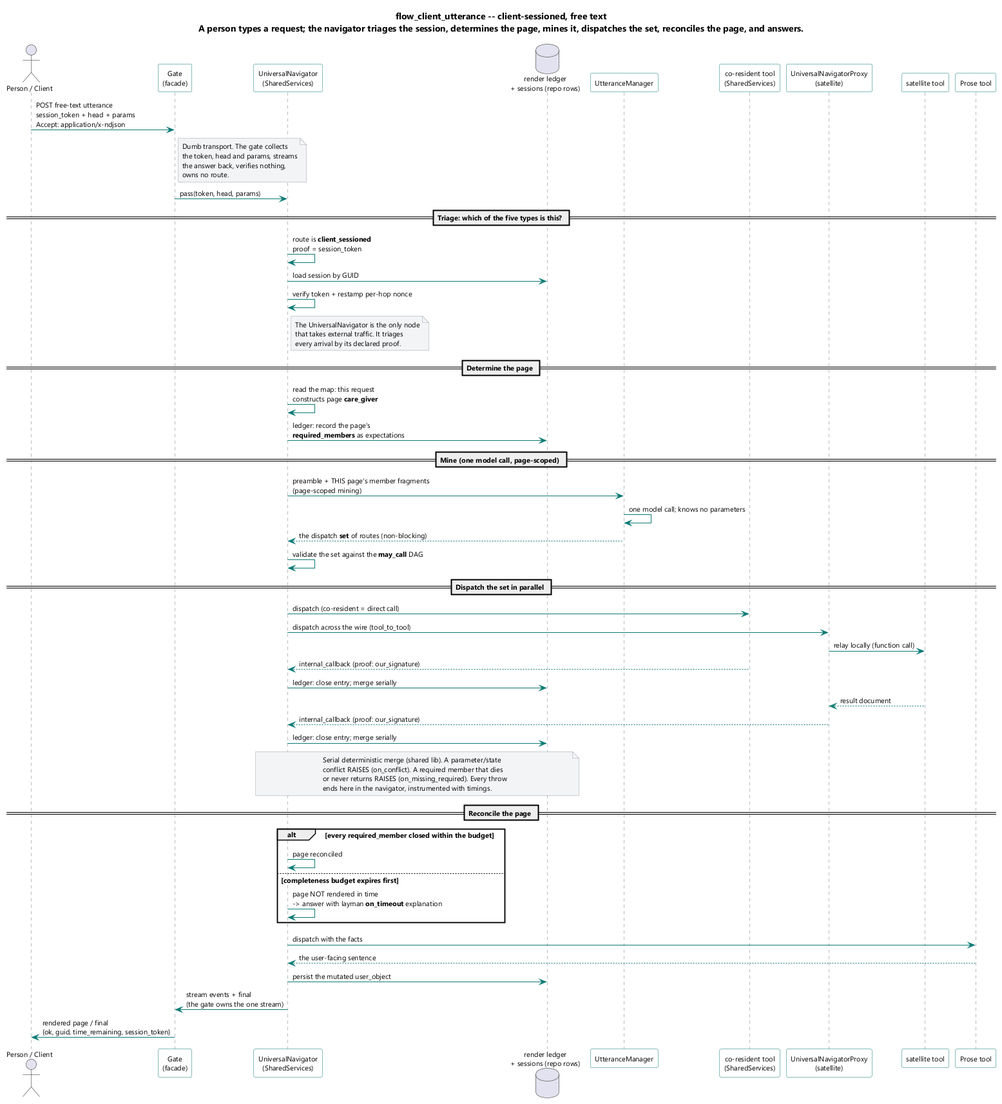
Earlier version of the PlantUML export brain/machine_artifacts/diagramsAndImages/rendered/flow_client_utterance.png (SkipSnow/ChatHealthyRepo).
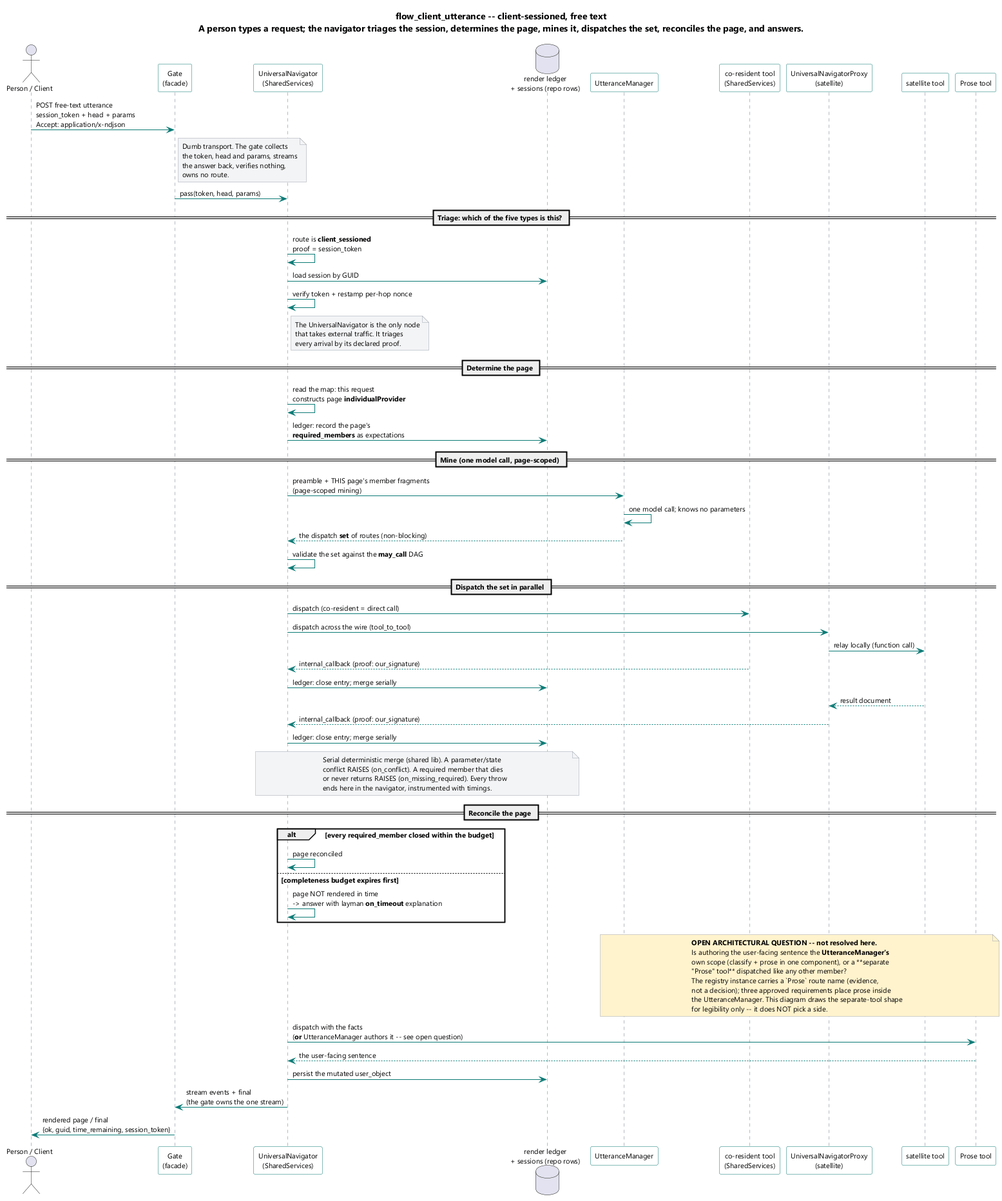
Later version of the same file.

What changed in the source:
```diff
@@ -41,7 +41,7 @@
 end note
 
 == Determine the page ==
-UN -> UN : read the map: this request\nconstructs page **care_giver**
+UN -> UN : read the map: this request\nconstructs page **individualProvider**
 UN -> REPO : ledger: record the page's\n**required_members** as expectations
 
 == Mine (one model call, page-scoped) ==
@@ -75,7 +75,17 @@
   UN -> UN : page NOT rendered in time\n-> answer with layman **on_timeout** explanation
 end
 
-UN -> PROSE : dispatch with the facts
+note over UM, PROSE #fff3cd
+  **OPEN ARCHITECTURAL QUESTION -- not resolved here.**
+  Is authoring the user-facing sentence the **UtteranceManager's**
+  own scope (classify + prose in one component), or a **separate
+  "Prose" tool** dispatched like any other member?
+  The registry instance carries a `Prose` route name (evidence,
+  not a decision); three approved requirements place prose inside
+  the UtteranceManager. This diagram draws the separate-tool shape
+  for legibility only -- it does NOT pick a side.
+end note
+UN -> PROSE : dispatch with the facts\n(**or** UtteranceManager authors it -- see open question)
 PROSE --> UN : the user-facing sentence
 
 UN -> REPO : persist the mutated user_object
```
